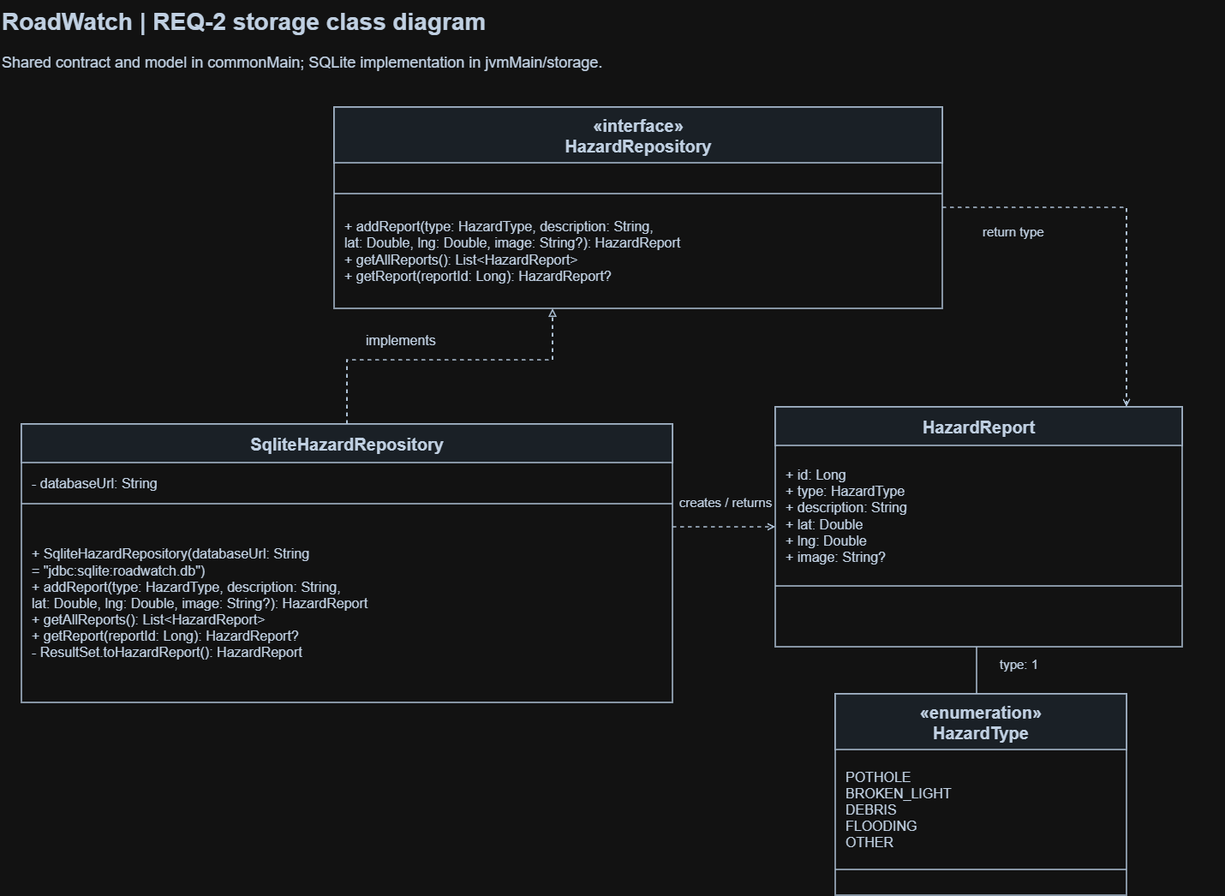
CS250-Fall-2026-Team-5/RoadWatch keeps this draw.io diagram as docs/uml/slices/grant-store-reports/classes.png. Above is the earlier version. Source tidied: cells renumbered, new cells last; positions are measured from the earlier drawing's top-left corner, leaving out a move shared by most shapes.
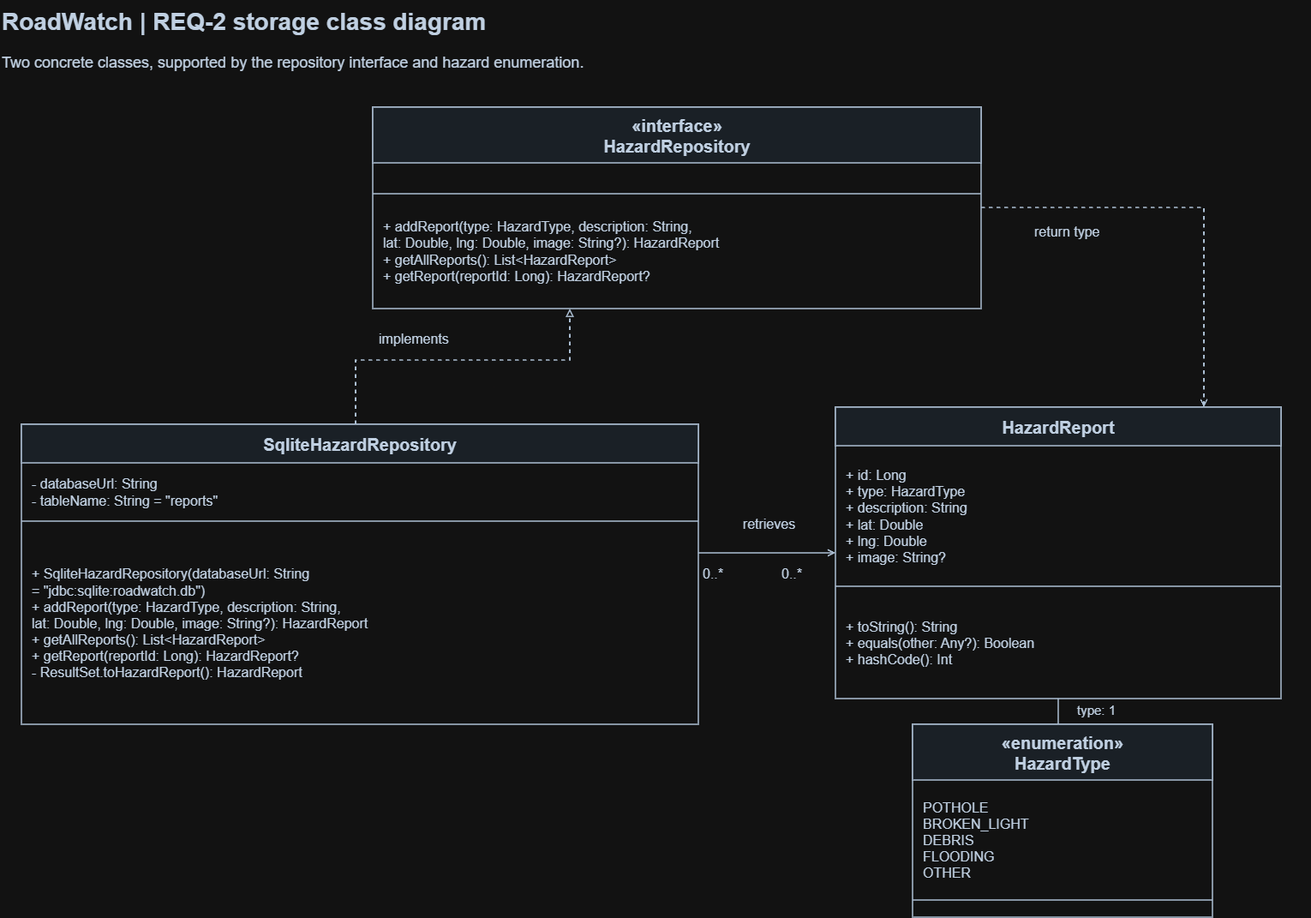
Later version of the same file.

Commit message:
Align A2 class diagram with SQLite storage implementation

Change to the diagram source:
```diff
@@ -3,137 +3,143 @@
     <mxCell id="0" />
     <mxCell id="1" parent="0" />
     <mxCell id="2" value="RoadWatch | REQ-2 storage class diagram" style="text;html=1;align=left;verticalAlign=middle;whiteSpace=wrap;fontSize=28;fontColor=#14263c;fontStyle=1;" parent="1" vertex="1">
-      <mxGeometry width="1430" height="50" as="geometry" />
+      <mxGeometry width="1530" height="50" as="geometry" />
     </mxCell>
-    <mxCell id="3" value="Shared contract and model in commonMain; SQLite implementation in jvmMain/storage." style="text;html=1;align=left;verticalAlign=middle;whiteSpace=wrap;fontSize=18;fontColor=#14263c;fontStyle=0;" parent="1" vertex="1">
-      <mxGeometry y="55" width="1430" height="35" as="geometry" />
+    <mxCell id="3" value="Two concrete classes, supported by the repository interface and hazard enumeration." style="text;html=1;align=left;verticalAlign=middle;whiteSpace=wrap;fontSize=18;fontColor=#14263c;fontStyle=0;" parent="1" vertex="1">
+      <mxGeometry y="55" width="1530" height="35" as="geometry" />
     </mxCell>
     <mxCell id="4" style="rounded=0;whiteSpace=wrap;html=1;fillColor=#ffffff;strokeColor=#253b53;strokeWidth=1.5;" parent="1" vertex="1">
-      <mxGeometry x="390" y="125" width="710" height="235" as="geometry" />
+      <mxGeometry x="435" y="125" width="710" height="235" as="geometry" />
     </mxCell>
     <mxCell id="5" style="rounded=0;whiteSpace=wrap;html=1;fillColor=#eaf1f8;strokeColor=#253b53;strokeWidth=1.5;" parent="1" vertex="1">
-      <mxGeometry x="390" y="125" width="710" height="65" as="geometry" />
+      <mxGeometry x="435" y="125" width="710" height="65" as="geometry" />
     </mxCell>
     <mxCell id="6" value="«interface»&lt;br&gt;HazardRepository" style="text;html=1;align=center;verticalAlign=middle;whiteSpace=wrap;fontSize=20;fontColor=#14263c;fontStyle=1;" parent="1" vertex="1">
-      <mxGeometry x="395" y="128" width="700" height="59" as="geometry" />
+      <mxGeometry x="440" y="128" width="700" height="59" as="geometry" />
     </mxCell>
     <mxCell id="7" style="text;html=1;align=left;verticalAlign=middle;whiteSpace=wrap;fontSize=16;fontColor=#14263c;fontStyle=0;" parent="1" vertex="1">
-      <mxGeometry x="400" y="195" width="690" height="26" as="geometry" />
+      <mxGeometry x="445" y="195" width="690" height="26" as="geometry" />
     </mxCell>
     <mxCell id="8" style="edgeStyle=none;html=1;rounded=0;strokeColor=#253b53;strokeWidth=1.5;endArrow=none;endFill=0;" parent="1" edge="1">
       <mxGeometry relative="1" as="geometry">
-        <mxPoint x="390" y="226" as="sourcePoint" />
-        <mxPoint x="1100" y="226" as="targetPoint" />
+        <mxPoint x="435" y="226" as="sourcePoint" />
+        <mxPoint x="1145" y="226" as="targetPoint" />
       </mxGeometry>
     </mxCell>
     <mxCell id="9" value="+ addReport(type: HazardType, description: String,&lt;br&gt;    lat: Double, lng: Double, image: String?): HazardReport&lt;br&gt;+ getAllReports(): List&amp;lt;HazardReport&amp;gt;&lt;br&gt;+ getReport(reportId: Long): HazardReport?" style="text;html=1;align=left;verticalAlign=middle;whiteSpace=wrap;fontSize=16;fontColor=#14263c;fontStyle=0;" parent="1" vertex="1">
-      <mxGeometry x="400" y="231" width="690" height="124" as="geometry" />
+      <mxGeometry x="445" y="231" width="690" height="124" as="geometry" />
     </mxCell>
     <mxCell id="10" style="rounded=0;whiteSpace=wrap;html=1;fillColor=#ffffff;strokeColor=#253b53;strokeWidth=1.5;" parent="1" vertex="1">
-      <mxGeometry x="25" y="495" width="760" height="325" as="geometry" />
+      <mxGeometry x="25" y="495" width="790" height="350" as="geometry" />
     </mxCell>
     <mxCell id="11" style="rounded=0;whiteSpace=wrap;html=1;fillColor=#eaf1f8;strokeColor=#253b53;strokeWidth=1.5;" parent="1" vertex="1">
-      <mxGeometry x="25" y="495" width="760" height="45" as="geometry" />
+      <mxGeometry x="25" y="495" width="790" height="45" as="geometry" />
     </mxCell>
     <mxCell id="12" value="SqliteHazardRepository" style="text;html=1;align=center;verticalAlign=middle;whiteSpace=wrap;fontSize=20;fontColor=#14263c;fontStyle=1;" parent="1" vertex="1">
-      <mxGeometry x="30" y="498" width="750" height="39" as="geometry" />
+      <mxGeometry x="30" y="498" width="780" height="39" as="geometry" />
     </mxCell>
-    <mxCell id="13" value="- databaseUrl: String" style="text;html=1;align=left;verticalAlign=middle;whiteSpace=wrap;fontSize=16;fontColor=#14263c;fontStyle=0;" parent="1" vertex="1">
-      <mxGeometry x="35" y="545" width="740" height="38" as="geometry" />
+    <mxCell id="13" value="- databaseUrl: String&lt;br&gt;- tableName: String = &amp;quot;reports&amp;quot;" style="text;html=1;align=left;verticalAlign=middle;whiteSpace=wrap;fontSize=16;fontColor=#14263c;fontStyle=0;" parent="1" vertex="1">
+      <mxGeometry x="35" y="545" width="770" height="58" as="geometry" />
     </mxCell>
     <mxCell id="14" style="edgeStyle=none;html=1;rounded=0;strokeColor=#253b53;strokeWidth=1.5;endArrow=none;endFill=0;" parent="1" edge="1">
       <mxGeometry relative="1" as="geometry">
-        <mxPoint x="25" y="588" as="sourcePoint" />
-        <mxPoint x="785" y="588" as="targetPoint" />
+        <mxPoint x="25" y="608" as="sourcePoint" />
+        <mxPoint x="815" y="608" as="targetPoint" />
       </mxGeometry>
     </mxCell>
     <mxCell id="15" value="+ SqliteHazardRepository(databaseUrl: String&lt;br&gt;    = &amp;quot;jdbc:sqlite:roadwatch.db&amp;quot;)&lt;br&gt;+ addReport(type: HazardType, description: String,&lt;br&gt;    lat: Double, lng: Double, image: String?): HazardReport&lt;br&gt;+ getAllReports(): List&amp;lt;HazardReport&amp;gt;&lt;br&gt;+ getReport(reportId: Long): HazardReport?&lt;br&gt;- ResultSet.toHazardReport(): HazardReport" style="text;html=1;align=left;verticalAlign=middle;whiteSpace=wrap;fontSize=16;fontColor=#14263c;fontStyle=0;" parent="1" vertex="1">
-      <mxGeometry x="35" y="593" width="740" height="222" as="geometry" />
+      <mxGeometry x="35" y="613" width="770" height="227" as="geometry" />
     </mxCell>
     <mxCell id="16" style="edgeStyle=none;html=1;rounded=0;strokeColor=#253b53;strokeWidth=1.5;endArrow=block;endFill=0;dashed=1;" parent="1" edge="1">
       <mxGeometry relative="1" as="geometry">
-        <mxPoint x="405" y="495" as="sourcePoint" />
-        <mxPoint x="645" y="360" as="targetPoint" />
+        <mxPoint x="415" y="495" as="sourcePoint" />
+        <mxPoint x="665" y="360" as="targetPoint" />
         <Array as="points">
-          <mxPoint x="405" y="420" />
-          <mxPoint x="645" y="420" />
+          <mxPoint x="415" y="420" />
+          <mxPoint x="665" y="420" />
         </Array>
       </mxGeometry>
     </mxCell>
     <mxCell id="17" value="implements" style="text;html=1;align=left;verticalAlign=middle;whiteSpace=wrap;fontSize=16;fontColor=#14263c;fontStyle=0;" parent="1" vertex="1">
-      <mxGeometry x="425" y="382" width="180" height="30" as="geometry" />
+      <mxGeometry x="440" y="380" width="190" height="30" as="geometry" />
     </mxCell>
     <mxCell id="18" style="rounded=0;whiteSpace=wrap;html=1;fillColor=#ffffff;strokeColor=#253b53;strokeWidth=1.5;" parent="1" vertex="1">
-      <mxGeometry x="905" y="475" width="475" height="280" as="geometry" />
+      <mxGeometry x="975" y="475" width="520" height="340" as="geometry" />
     </mxCell>
     <mxCell id="19" style="rounded=0;whiteSpace=wrap;html=1;fillColor=#eaf1f8;strokeColor=#253b53;strokeWidth=1.5;" parent="1" vertex="1">
-      <mxGeometry x="905" y="475" width="475" height="45" as="geometry" />
+      <mxGeometry x="975" y="475" width="520" height="45" as="geometry" />
     </mxCell>
     <mxCell id="20" value="HazardReport" style="text;html=1;align=center;verticalAlign=middle;whiteSpace=wrap;fontSize=20;fontColor=#14263c;fontStyle=1;" parent="1" vertex="1">
-      <mxGeometry x="910" y="478" width="465" height="39" as="geometry" />
+      <mxGeometry x="980" y="478" width="510" height="39" as="geometry" />
     </mxCell>
     <mxCell id="21" value="+ id: Long&lt;br&gt;+ type: HazardType&lt;br&gt;+ description: String&lt;br&gt;+ lat: Double&lt;br&gt;+ lng: Double&lt;br&gt;+ image: String?" style="text;html=1;align=left;verticalAlign=middle;whiteSpace=wrap;fontSize=16;fontColor=#14263c;fontStyle=0;" parent="1" vertex="1">
-      <mxGeometry x="915" y="525" width="455" height="154" as="geometry" />
+      <mxGeometry x="985" y="525" width="500" height="154" as="geometry" />
     </mxCell>
     <mxCell id="22" style="edgeStyle=none;html=1;rounded=0;strokeColor=#253b53;strokeWidth=1.5;endArrow=none;endFill=0;" parent="1" edge="1">
       <mxGeometry relative="1" as="geometry">
-        <mxPoint x="905" y="684" as="sourcePoint" />
-        <mxPoint x="1380" y="684" as="targetPoint" />
+        <mxPoint x="975" y="684" as="sourcePoint" />
+        <mxPoint x="1495" y="684" as="targetPoint" />
       </mxGeometry>
     </mxCell>
-    <mxCell id="23" style="text;html=1;align=left;verticalAlign=middle;whiteSpace=wrap;fontSize=16;fontColor=#14263c;fontStyle=0;" parent="1" vertex="1">
-      <mxGeometry x="915" y="689" width="455" height="61" as="geometry" />
+    <mxCell id="23" value="+ toString(): String&lt;br&gt;+ equals(other: Any?): Boolean&lt;br&gt;+ hashCode(): Int" style="text;html=1;align=left;verticalAlign=middle;whiteSpace=wrap;fontSize=16;fontColor=#14263c;fontStyle=0;" parent="1" vertex="1">
+      <mxGeometry x="985" y="689" width="500" height="121" as="geometry" />
     </mxCell>
-    <mxCell id="24" style="edgeStyle=none;html=1;rounded=0;strokeColor=#253b53;strokeWidth=1.5;endArrow=open;endFill=0;dashed=1;" parent="1" edge="1">
+    <mxCell id="24" style="edgeStyle=none;html=1;rounded=0;strokeColor=#253b53;strokeWidth=1.5;endArrow=open;endFill=0;" parent="1" edge="1">
       <mxGeometry relative="1" as="geometry">
-        <mxPoint x="785" y="615" as="sourcePoint" />
-        <mxPoint x="905" y="615" as="targetPoint" />
+        <mxPoint x="815" y="645" as="sourcePoint" />
+        <mxPoint x="975" y="645" as="targetPoint" />
       </mxGeometry>
     </mxCell>
-    <mxCell id="25" value="creates / returns" style="text;html=1;align=center;verticalAlign=middle;whiteSpace=wrap;fontSize=15;fontColor=#14263c;fontStyle=0;" parent="1" vertex="1">
-      <mxGeometry x="777" y="572" width="140" height="27" as="geometry" />
+    <mxCell id="25" value="retrieves" style="text;html=1;align=center;verticalAlign=middle;whiteSpace=wrap;fontSize=16;fontColor=#14263c;fontStyle=0;" parent="1" vertex="1">
+      <mxGeometry x="830" y="596" width="135" height="30" as="geometry" />
     </mxCell>
-    <mxCell id="26" style="edgeStyle=none;html=1;rounded=0;strokeColor=#253b53;strokeWidth=1.5;endArrow=open;endFill=0;dashed=1;" parent="1" edge="1">
-      <mxGeometry relative="1" as="geometry">
-        <mxPoint x="1100" y="242" as="sourcePoint" />
-        <mxPoint x="1315" y="475" as="targetPoint" />
-        <Array as="points">
-          <mxPoint x="1315" y="242" />
-        </Array>
-      </mxGeometry>
+    <mxCell id="26" value="0..*" style="text;html=1;align=left;verticalAlign=middle;whiteSpace=wrap;fontSize=16;fontColor=#14263c;fontStyle=0;" parent="1" vertex="1">
+      <mxGeometry x="818" y="654" width="60" height="30" as="geometry" />
     </mxCell>
-    <mxCell id="27" value="return type" style="text;html=1;align=left;verticalAlign=middle;whiteSpace=wrap;fontSize=15;fontColor=#14263c;fontStyle=0;" parent="1" vertex="1">
-      <mxGeometry x="1145" y="255" width="150" height="30" as="geometry" />
+    <mxCell id="27" value="0..*" style="text;html=1;align=left;verticalAlign=middle;whiteSpace=wrap;fontSize=16;fontColor=#14263c;fontStyle=0;" parent="1" vertex="1">
+      <mxGeometry x="910" y="654" width="60" height="30" as="geometry" />
     </mxCell>
-    <mxCell id="28" style="rounded=0;whiteSpace=wrap;html=1;fillColor=#ffffff;strokeColor=#253b53;strokeWidth=1.5;" parent="1" vertex="1">
-      <mxGeometry x="975" y="810" width="340" height="235" as="geometry" />
+    <mxCell id="28" style="edgeStyle=none;html=1;rounded=0;strokeColor=#253b53;strokeWidth=1.5;endArrow=open;endFill=0;dashed=1;" parent="1" edge="1">
+      <mxGeometry relative="1" as="geometry">
+        <mxPoint x="1145" y="242" as="sourcePoint" />
+        <mxPoint x="1405" y="475" as="targetPoint" />
+        <Array as="points">
+          <mxPoint x="1405" y="242" />
+        </Array>
+      </mxGeometry>
     </mxCell>
-    <mxCell id="29" style="rounded=0;whiteSpace=wrap;html=1;fillColor=#eaf1f8;strokeColor=#253b53;strokeWidth=1.5;" parent="1" vertex="1">
-      <mxGeometry x="975" y="810" width="340" height="65" as="geometry" />
+    <mxCell id="29" value="return type" style="text;html=1;align=left;verticalAlign=middle;whiteSpace=wrap;fontSize=16;fontColor=#14263c;fontStyle=0;" parent="1" vertex="1">
+      <mxGeometry x="1205" y="255" width="170" height="30" as="geometry" />
     </mxCell>
-    <mxCell id="30" value="«enumeration»&lt;br&gt;HazardType" style="text;html=1;align=center;verticalAlign=middle;whiteSpace=wrap;fontSize=20;fontColor=#14263c;fontStyle=1;" parent="1" vertex="1">
-      <mxGeometry x="980" y="813" width="330" height="59" as="geometry" />
+    <mxCell id="30" style="rounded=0;whiteSpace=wrap;html=1;fillColor=#ffffff;strokeColor=#253b53;strokeWidth=1.5;" parent="1" vertex="1">
+      <mxGeometry x="1065" y="845" width="350" height="225" as="geometry" />
     </mxCell>
-    <mxCell id="31" value="POTHOLE&lt;br&gt;BROKEN_LIGHT&lt;br&gt;DEBRIS&lt;br&gt;FLOODING&lt;br&gt;OTHER" style="text;html=1;align=left;verticalAlign=middle;whiteSpace=wrap;fontSize=16;fontColor=#14263c;fontStyle=0;" parent="1" vertex="1">
-      <mxGeometry x="985" y="880" width="320" height="130" as="geometry" />
+    <mxCell id="31" style="rounded=0;whiteSpace=wrap;html=1;fillColor=#eaf1f8;strokeColor=#253b53;strokeWidth=1.5;" parent="1" vertex="1">
+      <mxGeometry x="1065" y="845" width="350" height="65" as="geometry" />
     </mxCell>
-    <mxCell id="32" style="edgeStyle=none;html=1;rounded=0;strokeColor=#253b53;strokeWidth=1.5;endArrow=none;endFill=0;" parent="1" edge="1">
-      <mxGeometry relative="1" as="geometry">
-        <mxPoint x="975" y="1015" as="sourcePoint" />
-        <mxPoint x="1315" y="1015" as="targetPoint" />
-      </mxGeometry>
+    <mxCell id="32" value="«enumeration»&lt;br&gt;HazardType" style="text;html=1;align=center;verticalAlign=middle;whiteSpace=wrap;fontSize=20;fontColor=#14263c;fontStyle=1;" parent="1" vertex="1">
+      <mxGeometry x="1070" y="848" width="340" height="59" as="geometry" />
     </mxCell>
-    <mxCell id="33" style="text;html=1;align=left;verticalAlign=middle;whiteSpace=wrap;fontSize=16;fontColor=#14263c;fontStyle=0;" parent="1" vertex="1">
-      <mxGeometry x="985" y="1020" width="320" height="20" as="geometry" />
+    <mxCell id="33" value="POTHOLE&lt;br&gt;BROKEN_LIGHT&lt;br&gt;DEBRIS&lt;br&gt;FLOODING&lt;br&gt;OTHER" style="text;html=1;align=left;verticalAlign=middle;whiteSpace=wrap;fontSize=16;fontColor=#14263c;fontStyle=0;" parent="1" vertex="1">
+      <mxGeometry x="1075" y="915" width="330" height="130" as="geometry" />
     </mxCell>
     <mxCell id="34" style="edgeStyle=none;html=1;rounded=0;strokeColor=#253b53;strokeWidth=1.5;endArrow=none;endFill=0;" parent="1" edge="1">
       <mxGeometry relative="1" as="geometry">
-        <mxPoint x="1140" y="755" as="sourcePoint" />
-        <mxPoint x="1140" y="810" as="targetPoint" />
+        <mxPoint x="1065" y="1050" as="sourcePoint" />
+        <mxPoint x="1415" y="1050" as="targetPoint" />
       </mxGeometry>
     </mxCell>
-    <mxCell id="35" value="type: 1" style="text;html=1;align=left;verticalAlign=middle;whiteSpace=wrap;fontSize=15;fontColor=#14263c;fontStyle=0;" parent="1" vertex="1">
-      <mxGeometry x="1165" y="760" width="100" height="30" as="geometry" />
+    <mxCell id="35" style="text;html=1;align=left;verticalAlign=middle;whiteSpace=wrap;fontSize=16;fontColor=#14263c;fontStyle=0;" parent="1" vertex="1">
+      <mxGeometry x="1075" y="1055" width="330" height="10" as="geometry" />
     </mxCell>
+    <mxCell id="36" style="edgeStyle=none;html=1;rounded=0;strokeColor=#253b53;strokeWidth=1.5;endArrow=none;endFill=0;" parent="1" edge="1">
+      <mxGeometry relative="1" as="geometry">
+        <mxPoint x="1235" y="815" as="sourcePoint" />
+        <mxPoint x="1235" y="845" as="targetPoint" />
+      </mxGeometry>
+    </mxCell>
+    <mxCell id="37" value="type: 1" style="text;html=1;align=left;verticalAlign=middle;whiteSpace=wrap;fontSize=15;fontColor=#14263c;fontStyle=0;" parent="1" vertex="1">
+      <mxGeometry x="1255" y="814" width="130" height="27" as="geometry" />
+    </mxCell>
   </root>
 </mxGraphModel>
```
